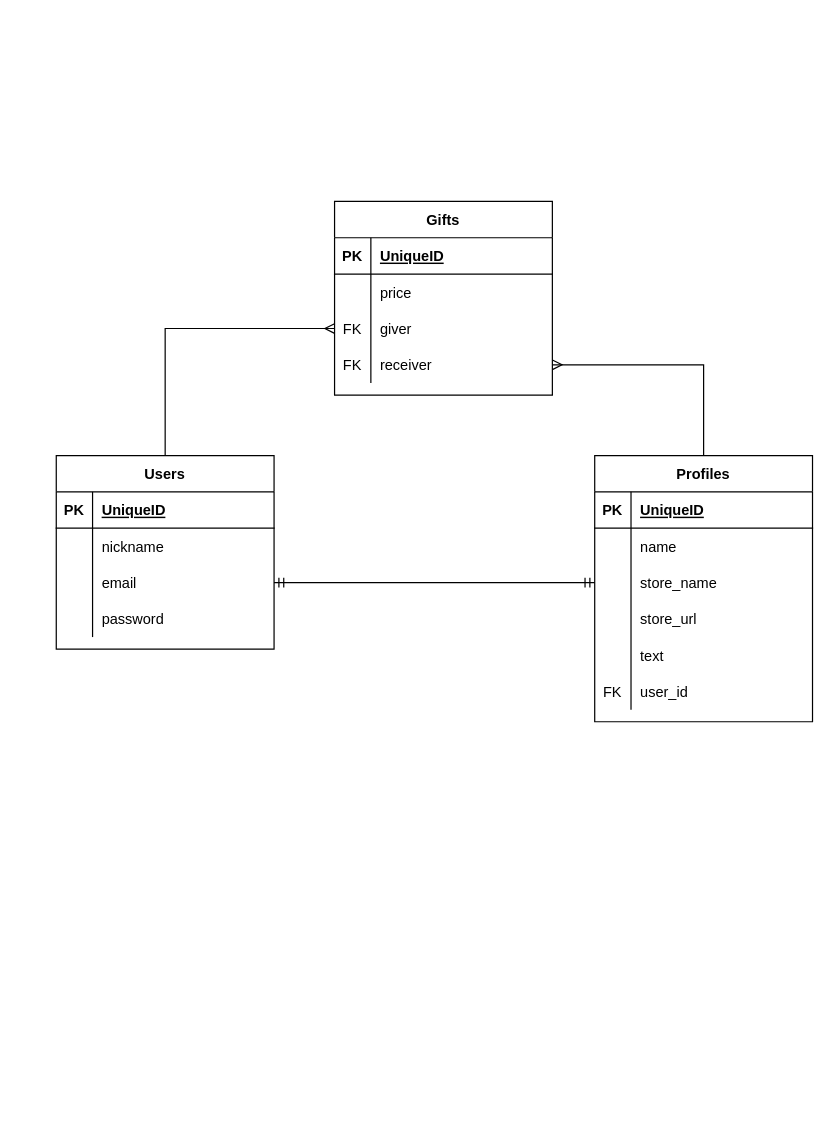
The draw.io diagram youme_ER.dio in yait-ucess/YouMe, before the edit. Source tidied: cells renumbered, new cells numbered last; positions are measured from the earlier drawing's top-left corner, leaving out a move shared by most shapes. Both pictures are drawn from the tidied source at 121%, with x=0, y=0 at pixel (56, 201).
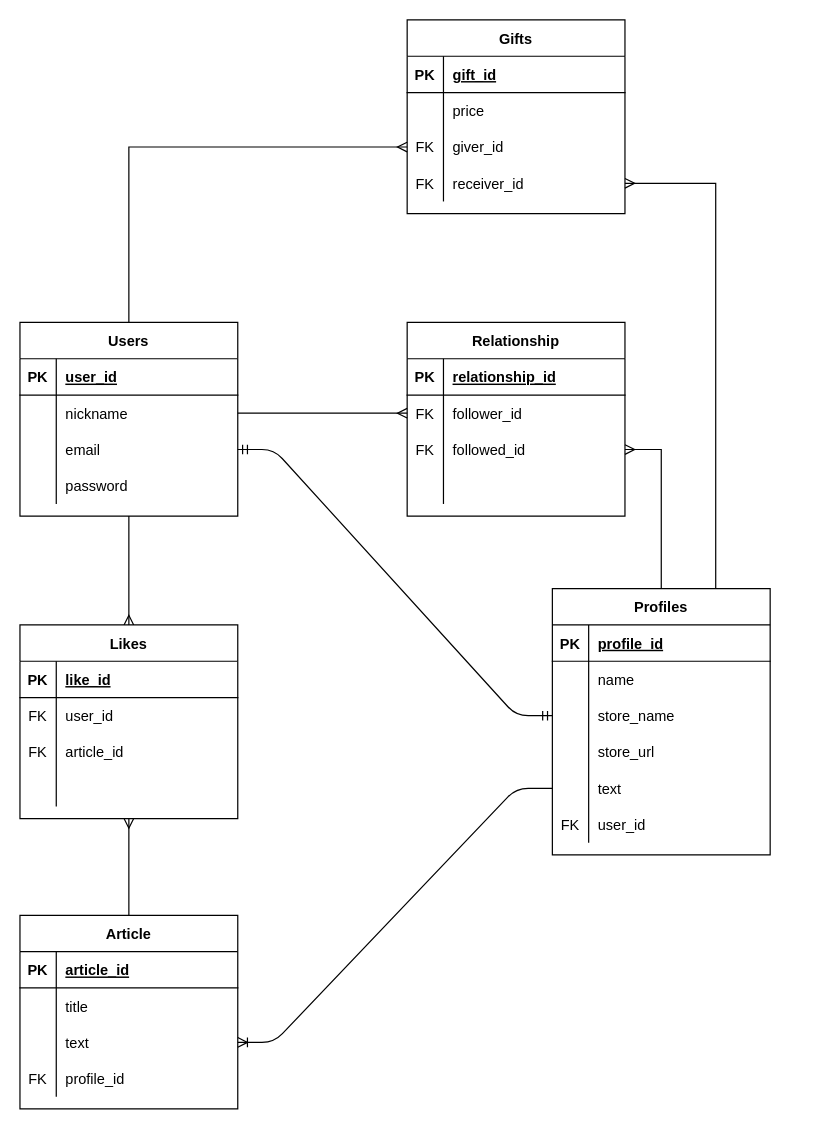
Above is the later version.

The change refers to these unchanged cells:
```xml
<mxCell id="4" style="shape=partialRectangle;fillColor=none;top=0;left=0;bottom=1;right=0;" parent="3" vertex="1">
  <mxGeometry y="30" width="180" height="30" as="geometry" />
</mxCell>
<mxCell id="7" style="shape=partialRectangle;fillColor=none;top=0;left=0;bottom=0;right=0;points=[[0,0.5],[1,0.5]];portConstraint=eastwest;" parent="3" vertex="1">
  <mxGeometry y="60" width="180" height="30" as="geometry" />
</mxCell>
<mxCell id="18" style="shape=partialRectangle;fillColor=none;top=0;left=0;bottom=1;right=0;" parent="17" vertex="1">
  <mxGeometry y="30" width="180" height="30" as="geometry" />
</mxCell>
<mxCell id="30" style="shape=partialRectangle;fillColor=none;top=0;left=0;bottom=0;right=0;points=[[0,0.5],[1,0.5]];portConstraint=eastwest;" parent="17" vertex="1">
  <mxGeometry y="150" width="180" height="30" as="geometry" />
</mxCell>
<mxCell id="37" style="shape=partialRectangle;fillColor=none;top=0;left=0;bottom=1;right=0;" parent="36" vertex="1">
  <mxGeometry y="30" width="180" height="30" as="geometry" />
</mxCell>
<mxCell id="43" style="shape=partialRectangle;fillColor=none;top=0;left=0;bottom=0;right=0;points=[[0,0.5],[1,0.5]];portConstraint=eastwest;" parent="36" vertex="1">
  <mxGeometry y="90" width="180" height="30" as="geometry" />
</mxCell>
<mxCell id="46" style="shape=partialRectangle;fillColor=none;top=0;left=0;bottom=0;right=0;points=[[0,0.5],[1,0.5]];portConstraint=eastwest;" parent="36" vertex="1">
  <mxGeometry y="120" width="180" height="30" as="geometry" />
</mxCell>
```

The edit, as a diff of the source:
```diff
@@
+    <mxCell id="50" style="edgeStyle=orthogonalEdgeStyle;rounded=0;jettySize=auto;html=1;exitX=0.5;exitY=1;exitDx=0;exitDy=0;entryX=0.5;entryY=0;entryDx=0;entryDy=0;endArrow=ERmany;endFill=0;" parent="1" edge="1" source="3" target="67">
+      <mxGeometry relative="1" as="geometry" />
+    </mxCell>
     <mxCell id="3" value="Users" style="shape=table;startSize=30;childLayout=tableLayout;rowLines=0;fontStyle=1;align=center;" parent="1" vertex="1">
-      <mxGeometry y="210" width="180" height="160" as="geometry" />
+      <mxGeometry x="-30" y="100" width="180" height="160" as="geometry" />
     </mxCell>
@@
-    <mxCell id="6" value="UniqueID" style="shape=partialRectangle;fillColor=none;top=0;left=0;bottom=0;right=0;align=left;spacingLeft=6;fontStyle=5;overflow=hidden;" parent="4" vertex="1">
+    <mxCell id="6" value="user_id" style="shape=partialRectangle;fillColor=none;top=0;left=0;bottom=0;right=0;align=left;spacingLeft=6;fontStyle=5;overflow=hidden;" parent="4" vertex="1">
       <mxGeometry x="30" width="150" height="30" as="geometry" />
     </mxCell>
@@
-    <mxCell id="16" style="edgeStyle=orthogonalEdgeStyle;rounded=0;jettySize=auto;html=1;entryX=1;entryY=0.5;entryDx=0;entryDy=0;endArrow=ERmany;endFill=0;" parent="1" edge="1" source="17" target="46">
+    <mxCell id="16" style="edgeStyle=orthogonalEdgeStyle;rounded=0;jettySize=auto;html=1;entryX=1;entryY=0.5;entryDx=0;entryDy=0;endArrow=ERmany;endFill=0;exitX=0.75;exitY=0;exitDx=0;exitDy=0;" parent="1" edge="1" source="17" target="46">
       <mxGeometry relative="1" as="geometry" />
     </mxCell>
+    <mxCell id="51" style="edgeStyle=orthogonalEdgeStyle;rounded=0;jettySize=auto;html=1;exitX=0.5;exitY=0;exitDx=0;exitDy=0;entryX=1;entryY=0.5;entryDx=0;entryDy=0;endArrow=ERmany;endFill=0;" parent="1" edge="1" source="17" target="87">
+      <mxGeometry relative="1" as="geometry" />
+    </mxCell>
     <mxCell id="17" value="Profiles" style="shape=table;startSize=30;childLayout=tableLayout;rowLines=0;fontStyle=1;align=center;" parent="1" vertex="1">
-      <mxGeometry x="445" y="210" width="180" height="220" as="geometry" />
+      <mxGeometry x="410" y="320" width="180" height="220" as="geometry" />
     </mxCell>
@@
-    <mxCell id="20" value="UniqueID" style="shape=partialRectangle;fillColor=none;top=0;left=0;bottom=0;right=0;align=left;spacingLeft=6;fontStyle=5;overflow=hidden;" parent="18" vertex="1">
+    <mxCell id="20" value="profile_id" style="shape=partialRectangle;fillColor=none;top=0;left=0;bottom=0;right=0;align=left;spacingLeft=6;fontStyle=5;overflow=hidden;" parent="18" vertex="1">
       <mxGeometry x="30" width="150" height="30" as="geometry" />
     </mxCell>
@@
     <mxCell id="36" value="Gifts" style="shape=table;startSize=30;childLayout=tableLayout;rowLines=0;fontStyle=1;align=center;" parent="1" vertex="1">
-      <mxGeometry x="230" width="180" height="160" as="geometry" />
+      <mxGeometry x="290" y="-150" width="180" height="160" as="geometry" />
     </mxCell>
@@
-    <mxCell id="39" value="UniqueID" style="shape=partialRectangle;fillColor=none;top=0;left=0;bottom=0;right=0;align=left;spacingLeft=6;fontStyle=5;overflow=hidden;" parent="37" vertex="1">
+    <mxCell id="39" value="gift_id" style="shape=partialRectangle;fillColor=none;top=0;left=0;bottom=0;right=0;align=left;spacingLeft=6;fontStyle=5;overflow=hidden;" parent="37" vertex="1">
       <mxGeometry x="30" width="150" height="30" as="geometry" />
     </mxCell>
@@
-    <mxCell id="45" value="giver" style="shape=partialRectangle;fillColor=none;top=0;left=0;bottom=0;right=0;align=left;spacingLeft=6;overflow=hidden;" parent="43" vertex="1">
+    <mxCell id="45" value="giver_id" style="shape=partialRectangle;fillColor=none;top=0;left=0;bottom=0;right=0;align=left;spacingLeft=6;overflow=hidden;" parent="43" vertex="1">
       <mxGeometry x="30" width="150" height="30" as="geometry" />
     </mxCell>
@@
-    <mxCell id="48" value="receiver" style="shape=partialRectangle;fillColor=none;top=0;left=0;bottom=0;right=0;align=left;spacingLeft=6;overflow=hidden;" parent="46" vertex="1">
+    <mxCell id="48" value="receiver_id" style="shape=partialRectangle;fillColor=none;top=0;left=0;bottom=0;right=0;align=left;spacingLeft=6;overflow=hidden;" parent="46" vertex="1">
       <mxGeometry x="30" width="150" height="30" as="geometry" />
     </mxCell>
@@
+    <mxCell id="52" style="edgeStyle=orthogonalEdgeStyle;rounded=0;jettySize=auto;html=1;exitX=0.5;exitY=0;exitDx=0;exitDy=0;entryX=0.5;entryY=1;entryDx=0;entryDy=0;endArrow=ERmany;endFill=0;" parent="1" edge="1" source="53" target="67">
+      <mxGeometry relative="1" as="geometry" />
+    </mxCell>
+    <mxCell id="53" value="Article" style="shape=table;startSize=30;childLayout=tableLayout;rowLines=0;fontStyle=1;align=center;" parent="1" vertex="1">
+      <mxGeometry x="-30" y="590" width="180" height="160" as="geometry" />
+    </mxCell>
+    <mxCell id="54" style="shape=partialRectangle;fillColor=none;top=0;left=0;bottom=1;right=0;" parent="53" vertex="1">
+      <mxGeometry y="30" width="180" height="30" as="geometry" />
+    </mxCell>
+    <mxCell id="55" value="PK" style="shape=partialRectangle;fillColor=none;top=0;left=0;bottom=0;right=0;fontStyle=1;overflow=hidden;" parent="54" vertex="1">
+      <mxGeometry width="30" height="30" as="geometry" />
+    </mxCell>
+    <mxCell id="56" value="article_id" style="shape=partialRectangle;fillColor=none;top=0;left=0;bottom=0;right=0;align=left;spacingLeft=6;fontStyle=5;overflow=hidden;" parent="54" vertex="1">
+      <mxGeometry x="30" width="150" height="30" as="geometry" />
+    </mxCell>
+    <mxCell id="57" style="shape=partialRectangle;fillColor=none;top=0;left=0;bottom=0;right=0;" parent="53" vertex="1">
+      <mxGeometry y="60" width="180" height="30" as="geometry" />
+    </mxCell>
+    <mxCell id="58" style="shape=partialRectangle;fillColor=none;top=0;left=0;bottom=0;right=0;overflow=hidden;" parent="57" vertex="1">
+      <mxGeometry width="30" height="30" as="geometry" />
+    </mxCell>
+    <mxCell id="59" value="title" style="shape=partialRectangle;fillColor=none;top=0;left=0;bottom=0;right=0;align=left;spacingLeft=6;overflow=hidden;" parent="57" vertex="1">
+      <mxGeometry x="30" width="150" height="30" as="geometry" />
+    </mxCell>
+    <mxCell id="60" style="shape=partialRectangle;fillColor=none;top=0;left=0;bottom=0;right=0;points=[[0,0.5],[1,0.5]];portConstraint=eastwest;" parent="53" vertex="1">
+      <mxGeometry y="90" width="180" height="30" as="geometry" />
+    </mxCell>
+    <mxCell id="61" style="shape=partialRectangle;fillColor=none;top=0;left=0;bottom=0;right=0;overflow=hidden;" parent="60" vertex="1">
+      <mxGeometry width="30" height="30" as="geometry" />
+    </mxCell>
+    <mxCell id="62" value="text" style="shape=partialRectangle;fillColor=none;top=0;left=0;bottom=0;right=0;align=left;spacingLeft=6;overflow=hidden;" parent="60" vertex="1">
+      <mxGeometry x="30" width="150" height="30" as="geometry" />
+    </mxCell>
+    <mxCell id="63" style="shape=partialRectangle;fillColor=none;top=0;left=0;bottom=0;right=0;" parent="53" vertex="1">
+      <mxGeometry y="120" width="180" height="30" as="geometry" />
+    </mxCell>
+    <mxCell id="64" value="FK" style="shape=partialRectangle;fillColor=none;top=0;left=0;bottom=0;right=0;overflow=hidden;" parent="63" vertex="1">
+      <mxGeometry width="30" height="30" as="geometry" />
+    </mxCell>
+    <mxCell id="65" value="profile_id" style="shape=partialRectangle;fillColor=none;top=0;left=0;bottom=0;right=0;align=left;spacingLeft=6;overflow=hidden;" parent="63" vertex="1">
+      <mxGeometry x="30" width="150" height="30" as="geometry" />
+    </mxCell>
+    <mxCell id="66" style="edgeStyle=entityRelationEdgeStyle;fontSize=12;html=1;endArrow=ERoneToMany;exitX=0;exitY=0.5;exitDx=0;exitDy=0;entryX=1;entryY=0.5;entryDx=0;entryDy=0;" parent="1" edge="1" source="30" target="60">
+      <mxGeometry relative="1" as="geometry" />
+    </mxCell>
+    <mxCell id="67" value="Likes" style="shape=table;startSize=30;childLayout=tableLayout;rowLines=0;fontStyle=1;align=center;" parent="1" vertex="1">
+      <mxGeometry x="-30" y="350" width="180" height="160" as="geometry" />
+    </mxCell>
+    <mxCell id="68" style="shape=partialRectangle;fillColor=none;top=0;left=0;bottom=1;right=0;" parent="67" vertex="1">
+      <mxGeometry y="30" width="180" height="30" as="geometry" />
+    </mxCell>
+    <mxCell id="69" value="PK" style="shape=partialRectangle;fillColor=none;top=0;left=0;bottom=0;right=0;fontStyle=1;overflow=hidden;" parent="68" vertex="1">
+      <mxGeometry width="30" height="30" as="geometry" />
+    </mxCell>
+    <mxCell id="70" value="like_id" style="shape=partialRectangle;fillColor=none;top=0;left=0;bottom=0;right=0;align=left;spacingLeft=6;fontStyle=5;overflow=hidden;" parent="68" vertex="1">
+      <mxGeometry x="30" width="150" height="30" as="geometry" />
+    </mxCell>
+    <mxCell id="71" style="shape=partialRectangle;fillColor=none;top=0;left=0;bottom=0;right=0;" parent="67" vertex="1">
+      <mxGeometry y="60" width="180" height="30" as="geometry" />
+    </mxCell>
+    <mxCell id="72" value="FK" style="shape=partialRectangle;fillColor=none;top=0;left=0;bottom=0;right=0;overflow=hidden;" parent="71" vertex="1">
+      <mxGeometry width="30" height="30" as="geometry" />
+    </mxCell>
+    <mxCell id="73" value="user_id" style="shape=partialRectangle;fillColor=none;top=0;left=0;bottom=0;right=0;align=left;spacingLeft=6;overflow=hidden;" parent="71" vertex="1">
+      <mxGeometry x="30" width="150" height="30" as="geometry" />
+    </mxCell>
+    <mxCell id="74" style="shape=partialRectangle;fillColor=none;top=0;left=0;bottom=0;right=0;" parent="67" vertex="1">
+      <mxGeometry y="90" width="180" height="30" as="geometry" />
+    </mxCell>
+    <mxCell id="75" value="FK" style="shape=partialRectangle;fillColor=none;top=0;left=0;bottom=0;right=0;overflow=hidden;" parent="74" vertex="1">
+      <mxGeometry width="30" height="30" as="geometry" />
+    </mxCell>
+    <mxCell id="76" value="article_id" style="shape=partialRectangle;fillColor=none;top=0;left=0;bottom=0;right=0;align=left;spacingLeft=6;overflow=hidden;" parent="74" vertex="1">
+      <mxGeometry x="30" width="150" height="30" as="geometry" />
+    </mxCell>
+    <mxCell id="77" style="shape=partialRectangle;fillColor=none;top=0;left=0;bottom=0;right=0;" parent="67" vertex="1">
+      <mxGeometry y="120" width="180" height="30" as="geometry" />
+    </mxCell>
+    <mxCell id="78" style="shape=partialRectangle;fillColor=none;top=0;left=0;bottom=0;right=0;overflow=hidden;" parent="77" vertex="1">
+      <mxGeometry width="30" height="30" as="geometry" />
+    </mxCell>
+    <mxCell id="79" style="shape=partialRectangle;fillColor=none;top=0;left=0;bottom=0;right=0;align=left;spacingLeft=6;overflow=hidden;" parent="77" vertex="1">
+      <mxGeometry x="30" width="150" height="30" as="geometry" />
+    </mxCell>
+    <mxCell id="80" value="Relationship" style="shape=table;startSize=30;childLayout=tableLayout;rowLines=0;fontStyle=1;align=center;" parent="1" vertex="1">
+      <mxGeometry x="290" y="100" width="180" height="160" as="geometry" />
+    </mxCell>
+    <mxCell id="81" style="shape=partialRectangle;fillColor=none;top=0;left=0;bottom=1;right=0;" parent="80" vertex="1">
+      <mxGeometry y="30" width="180" height="30" as="geometry" />
+    </mxCell>
+    <mxCell id="82" value="PK" style="shape=partialRectangle;fillColor=none;top=0;left=0;bottom=0;right=0;fontStyle=1;overflow=hidden;" parent="81" vertex="1">
+      <mxGeometry width="30" height="30" as="geometry" />
+    </mxCell>
+    <mxCell id="83" value="relationship_id" style="shape=partialRectangle;fillColor=none;top=0;left=0;bottom=0;right=0;align=left;spacingLeft=6;fontStyle=5;overflow=hidden;" parent="81" vertex="1">
+      <mxGeometry x="30" width="150" height="30" as="geometry" />
+    </mxCell>
+    <mxCell id="84" style="shape=partialRectangle;fillColor=none;top=0;left=0;bottom=0;right=0;points=[[0,0.5],[1,0.5]];portConstraint=eastwest;" parent="80" vertex="1">
+      <mxGeometry y="60" width="180" height="30" as="geometry" />
+    </mxCell>
+    <mxCell id="85" value="FK" style="shape=partialRectangle;fillColor=none;top=0;left=0;bottom=0;right=0;overflow=hidden;" parent="84" vertex="1">
+      <mxGeometry width="30" height="30" as="geometry" />
+    </mxCell>
+    <mxCell id="86" value="follower_id" style="shape=partialRectangle;fillColor=none;top=0;left=0;bottom=0;right=0;align=left;spacingLeft=6;overflow=hidden;" parent="84" vertex="1">
+      <mxGeometry x="30" width="150" height="30" as="geometry" />
+    </mxCell>
+    <mxCell id="87" style="shape=partialRectangle;fillColor=none;top=0;left=0;bottom=0;right=0;points=[[0,0.5],[1,0.5]];portConstraint=eastwest;" parent="80" vertex="1">
+      <mxGeometry y="90" width="180" height="30" as="geometry" />
+    </mxCell>
+    <mxCell id="88" value="FK" style="shape=partialRectangle;fillColor=none;top=0;left=0;bottom=0;right=0;overflow=hidden;" parent="87" vertex="1">
+      <mxGeometry width="30" height="30" as="geometry" />
+    </mxCell>
+    <mxCell id="89" value="followed_id" style="shape=partialRectangle;fillColor=none;top=0;left=0;bottom=0;right=0;align=left;spacingLeft=6;overflow=hidden;" parent="87" vertex="1">
+      <mxGeometry x="30" width="150" height="30" as="geometry" />
+    </mxCell>
+    <mxCell id="90" style="shape=partialRectangle;fillColor=none;top=0;left=0;bottom=0;right=0;" parent="80" vertex="1">
+      <mxGeometry y="120" width="180" height="30" as="geometry" />
+    </mxCell>
+    <mxCell id="91" style="shape=partialRectangle;fillColor=none;top=0;left=0;bottom=0;right=0;overflow=hidden;" parent="90" vertex="1">
+      <mxGeometry width="30" height="30" as="geometry" />
+    </mxCell>
+    <mxCell id="92" style="shape=partialRectangle;fillColor=none;top=0;left=0;bottom=0;right=0;align=left;spacingLeft=6;overflow=hidden;" parent="90" vertex="1">
+      <mxGeometry x="30" width="150" height="30" as="geometry" />
+    </mxCell>
+    <mxCell id="93" style="edgeStyle=orthogonalEdgeStyle;rounded=0;jettySize=auto;html=1;exitX=1;exitY=0.5;exitDx=0;exitDy=0;entryX=0;entryY=0.5;entryDx=0;entryDy=0;endArrow=ERmany;endFill=0;" parent="1" edge="1" source="7" target="84">
+      <mxGeometry relative="1" as="geometry" />
+    </mxCell>
```
